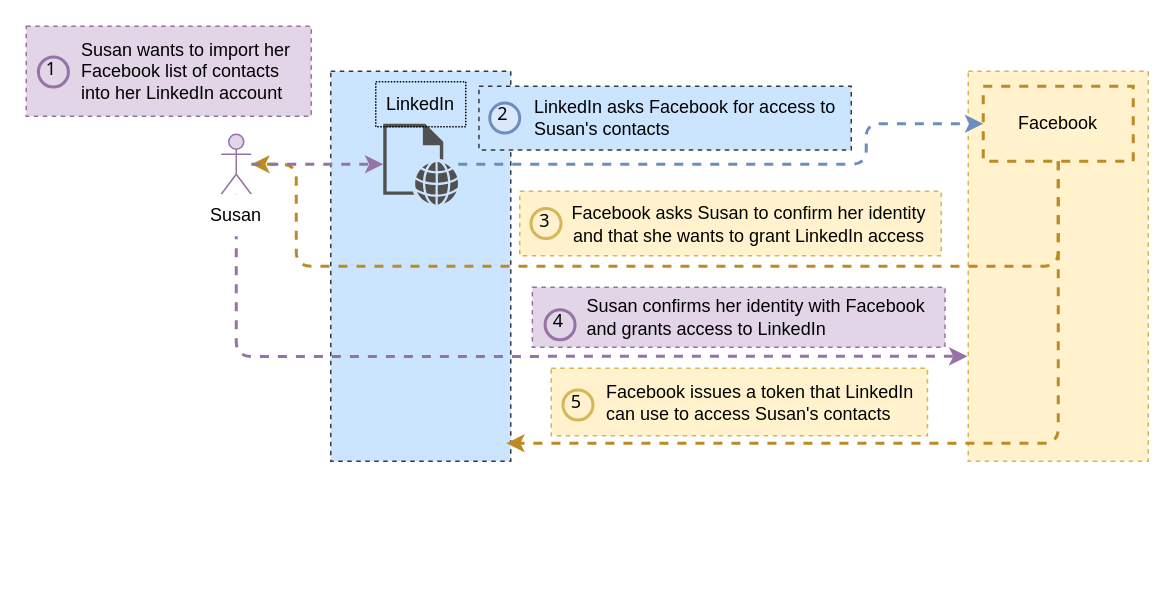
Earlier version of the draw.io diagram page "11.1" (1 of 15) of ch11.drawio (abunuwas/microservices-apis-img). Source tidied: cells renumbered, new cells numbered last; positions are measured from the earlier drawing's top-left corner, leaving out a move shared by most shapes. Both pictures are drawn from the tidied source at 150%, with x=0, y=0 at pixel (26, 26).
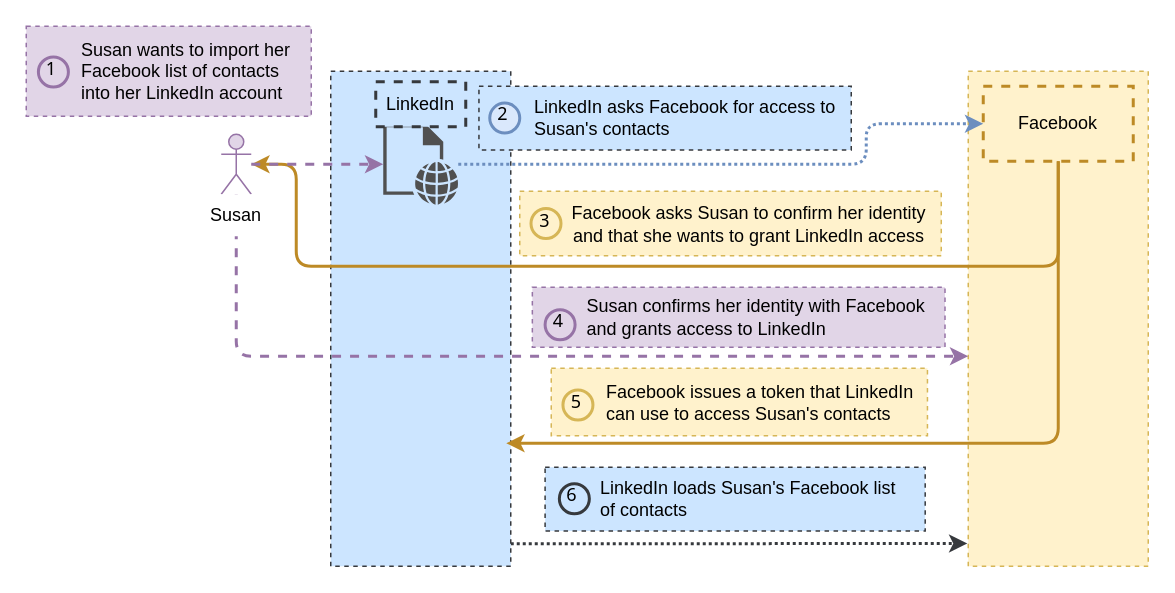
The same page after the edit.

Unchanged cells that the change refers to:
```xml
<mxCell id="5" style="sketch=0;shadow=0;dashed=0;html=1;strokeColor=none;fillColor=#505050;labelPosition=center;verticalLabelPosition=bottom;verticalAlign=top;outlineConnect=0;align=center;shape=mxgraph.office.concepts.web_page;" parent="1" vertex="1">
  <mxGeometry x="238" y="65" width="50" height="54" as="geometry" />
</mxCell>
<mxCell id="8" value="Facebook" style="rounded=0;whiteSpace=wrap;html=1;dashed=1;fillColor=none;strokeColor=#BD8A26;strokeWidth=2;" parent="1" vertex="1">
  <mxGeometry x="638" y="40" width="100" height="50" as="geometry" />
</mxCell>
<mxCell id="22" style="shape=umlActor;verticalLabelPosition=bottom;verticalAlign=top;html=1;outlineConnect=0;fillColor=#e1d5e7;strokeColor=#9673a6;" parent="1" vertex="1">
  <mxGeometry x="130" y="72" width="20" height="40" as="geometry" />
</mxCell>
```

The edit, as a diff of the source:
```diff
@@
     <mxCell id="2" style="rounded=0;whiteSpace=wrap;html=1;strokeColor=#d6b656;dashed=1;fillColor=#fff2cc;" parent="1" vertex="1">
-      <mxGeometry x="628" y="30" width="120" height="260" as="geometry" />
+      <mxGeometry x="628" y="30" width="120" height="330" as="geometry" />
     </mxCell>
+    <mxCell id="24" style="edgeStyle=orthogonalEdgeStyle;rounded=1;jettySize=auto;html=1;entryX=-0.005;entryY=0.954;entryDx=0;entryDy=0;entryPerimeter=0;dashed=1;dashPattern=1 1;strokeColor=#36393d;strokeWidth=2;fillColor=#cce5ff;" parent="1" edge="1" source="3" target="2">
+      <mxGeometry relative="1" as="geometry">
+        <Array as="points">
+          <mxPoint x="380" y="345" />
+          <mxPoint x="380" y="345" />
+        </Array>
+      </mxGeometry>
+    </mxCell>
     <mxCell id="3" style="rounded=0;whiteSpace=wrap;html=1;strokeColor=#36393d;dashed=1;fillColor=#cce5ff;" parent="1" vertex="1">
-      <mxGeometry x="203" y="30" width="120" height="260" as="geometry" />
+      <mxGeometry x="203" y="30" width="120" height="330" as="geometry" />
     </mxCell>
-    <mxCell id="4" style="edgeStyle=orthogonalEdgeStyle;rounded=1;jettySize=auto;html=1;strokeColor=#6c8ebf;strokeWidth=2;dashed=1;fillColor=#dae8fc;" parent="1" edge="1" source="5" target="8">
+    <mxCell id="4" style="edgeStyle=orthogonalEdgeStyle;rounded=1;jettySize=auto;html=1;strokeColor=#6c8ebf;strokeWidth=2;dashed=1;fillColor=#dae8fc;dashPattern=1 1;" parent="1" edge="1" source="5" target="8">
       <mxGeometry relative="1" as="geometry">
         <Array as="points">
           <mxPoint x="560" y="92" />
           <mxPoint x="560" y="65" />
         </Array>
       </mxGeometry>
     </mxCell>
@@
-    <mxCell id="6" style="edgeStyle=orthogonalEdgeStyle;rounded=1;jettySize=auto;html=1;strokeColor=#BD8A26;strokeWidth=2;dashed=1;fillColor=#fff2cc;" parent="1" edge="1" source="8" target="22">
+    <mxCell id="6" style="edgeStyle=orthogonalEdgeStyle;rounded=1;jettySize=auto;html=1;strokeColor=#BD8A26;strokeWidth=2;fillColor=#fff2cc;" parent="1" edge="1" source="8" target="22">
       <mxGeometry relative="1" as="geometry">
         <Array as="points">
           <mxPoint x="688" y="160" />
           <mxPoint x="180" y="160" />
           <mxPoint x="180" y="92" />
         </Array>
       </mxGeometry>
     </mxCell>
-    <mxCell id="7" style="edgeStyle=orthogonalEdgeStyle;rounded=1;jettySize=auto;html=1;strokeColor=#BD8A26;strokeWidth=2;dashed=1;fillColor=#fff2cc;" parent="1" edge="1" source="8">
+    <mxCell id="7" style="edgeStyle=orthogonalEdgeStyle;rounded=1;jettySize=auto;html=1;strokeColor=#BD8A26;strokeWidth=2;fillColor=#fff2cc;" parent="1" edge="1" source="8">
       <mxGeometry relative="1" as="geometry">
         <mxPoint x="320" y="278" as="targetPoint" />
         <Array as="points">
           <mxPoint x="688" y="278" />
         </Array>
       </mxGeometry>
     </mxCell>
@@
-    <mxCell id="9" value="LinkedIn" style="text;html=1;strokeColor=default;fillColor=none;align=center;verticalAlign=middle;whiteSpace=wrap;rounded=0;dashed=1;dashPattern=1 1;" parent="1" vertex="1">
+    <mxCell id="9" value="LinkedIn" style="text;html=1;strokeColor=#36393d;fillColor=#cce5ff;align=center;verticalAlign=middle;whiteSpace=wrap;rounded=0;dashed=1;strokeWidth=2;" parent="1" vertex="1">
       <mxGeometry x="233" y="37" width="60" height="30" as="geometry" />
     </mxCell>
@@
-    <mxCell id="21" style="edgeStyle=orthogonalEdgeStyle;rounded=1;jettySize=auto;html=1;entryX=-0.005;entryY=0.731;entryDx=0;entryDy=0;entryPerimeter=0;strokeColor=#9673a6;strokeWidth=2;fillColor=#e1d5e7;dashed=1;" parent="1" edge="1" source="22" target="2">
+    <mxCell id="21" style="edgeStyle=orthogonalEdgeStyle;rounded=1;jettySize=auto;html=1;strokeColor=#9673a6;strokeWidth=2;fillColor=#e1d5e7;dashed=1;" parent="1" edge="1" source="22" target="2">
       <mxGeometry relative="1" as="geometry">
         <Array as="points">
           <mxPoint x="140" y="220" />
         </Array>
       </mxGeometry>
     </mxCell>
@@
+    <mxCell id="25" value="&lt;span style=&quot;&quot;&gt;LinkedIn loads Susan's Facebook list of contacts&lt;/span&gt;" style="text;html=1;strokeColor=#36393d;fillColor=#cce5ff;align=left;verticalAlign=middle;whiteSpace=wrap;rounded=0;dashed=1;spacingLeft=35;spacingRight=10;" parent="1" vertex="1">
+      <mxGeometry x="345.9" y="294" width="253.4" height="42.5" as="geometry" />
+    </mxCell>
+    <mxCell id="26" value="6" style="ellipse;whiteSpace=wrap;html=1;strokeWidth=2;fontFamily=Tahoma;spacingBottom=4;spacingRight=2;strokeColor=#36393d;fillColor=#cce5ff;" parent="1" vertex="1">
+      <mxGeometry x="355.4" y="305" width="20" height="20" as="geometry" />
+    </mxCell>
```
